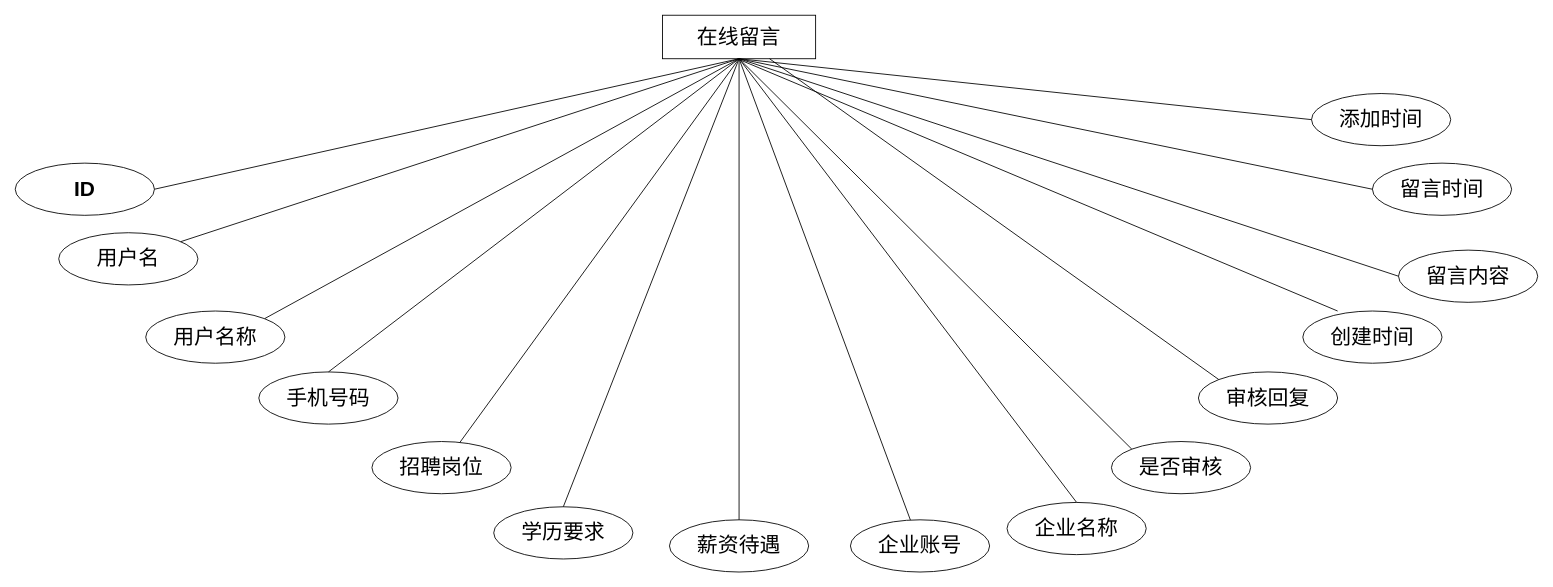
Above: page "第 12 页" (12 of 16) of 未命名绘图.drawio in sangqiwei/sangqiwei (draw.io), before the change. Source tidied: cells renumbered, new cells numbered last; positions are measured from the earlier drawing's top-left corner, leaving out a move shared by most shapes. Both pictures are drawn from the tidied source at 87%, with x=0, y=0 at pixel (15, 15).
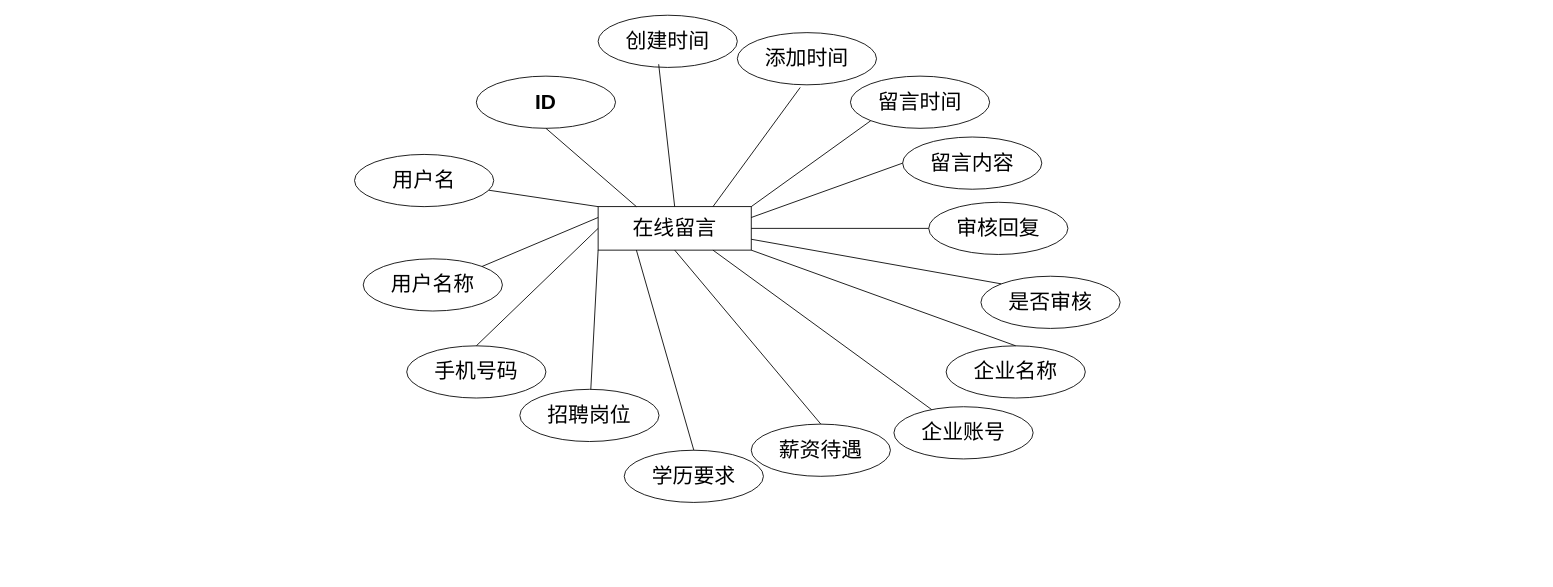
The same diagram, later.

Diff of the diagram source:
```diff
@@
     <mxCell id="2" value="&lt;span style=&quot;font-size: 24px;&quot;&gt;在线留言&lt;/span&gt;" style="whiteSpace=wrap;html=1;align=center;" parent="1" vertex="1">
-      <mxGeometry x="744" width="176" height="50" as="geometry" />
+      <mxGeometry x="670" y="220" width="176" height="50" as="geometry" />
     </mxCell>
     <mxCell id="3" value="&lt;font style=&quot;font-size: 24px;&quot;&gt;ID&lt;/font&gt;" style="ellipse;whiteSpace=wrap;html=1;align=center;fontStyle=1;" parent="1" vertex="1">
-      <mxGeometry y="170" width="160" height="60" as="geometry" />
+      <mxGeometry x="530" y="70" width="160" height="60" as="geometry" />
     </mxCell>
     <mxCell id="4" value="&lt;font style=&quot;font-size: 24px;&quot;&gt;用户名&lt;/font&gt;" style="ellipse;whiteSpace=wrap;html=1;align=center;" parent="1" vertex="1">
-      <mxGeometry x="50" y="250" width="160" height="60" as="geometry" />
+      <mxGeometry x="390" y="160" width="160" height="60" as="geometry" />
     </mxCell>
     <mxCell id="5" value="&lt;font style=&quot;font-size: 24px;&quot;&gt;手机号码&lt;/font&gt;" style="ellipse;whiteSpace=wrap;html=1;align=center;" parent="1" vertex="1">
-      <mxGeometry x="280" y="410" width="160" height="60" as="geometry" />
+      <mxGeometry x="450" y="380" width="160" height="60" as="geometry" />
     </mxCell>
     <mxCell id="6" value="&lt;font style=&quot;font-size: 24px;&quot;&gt;招聘岗位&lt;/font&gt;" style="ellipse;whiteSpace=wrap;html=1;align=center;" parent="1" vertex="1">
-      <mxGeometry x="410" y="490" width="160" height="60" as="geometry" />
+      <mxGeometry x="580" y="430" width="160" height="60" as="geometry" />
     </mxCell>
-    <mxCell id="7" style="endArrow=none;html=1;rounded=0;exitX=1;exitY=0.5;exitDx=0;exitDy=0;entryX=0.5;entryY=1;entryDx=0;entryDy=0;" parent="1" edge="1" source="3" target="2">
+    <mxCell id="7" style="endArrow=none;html=1;rounded=0;exitX=0.5;exitY=1;exitDx=0;exitDy=0;entryX=0.25;entryY=0;entryDx=0;entryDy=0;" parent="1" edge="1" source="3" target="2">
       <mxGeometry relative="1" as="geometry" />
     </mxCell>
-    <mxCell id="8" style="endArrow=none;html=1;rounded=0;entryX=0.5;entryY=1;entryDx=0;entryDy=0;" parent="1" edge="1" source="4" target="2">
+    <mxCell id="8" style="endArrow=none;html=1;rounded=0;entryX=0;entryY=0;entryDx=0;entryDy=0;" parent="1" edge="1" source="4" target="2">
       <mxGeometry relative="1" as="geometry" />
     </mxCell>
-    <mxCell id="9" style="endArrow=none;html=1;rounded=0;exitX=0.5;exitY=0;exitDx=0;exitDy=0;entryX=0.5;entryY=1;entryDx=0;entryDy=0;" parent="1" edge="1" source="5" target="2">
+    <mxCell id="9" style="endArrow=none;html=1;rounded=0;exitX=0.5;exitY=0;exitDx=0;exitDy=0;entryX=0;entryY=0.5;entryDx=0;entryDy=0;" parent="1" edge="1" source="5" target="2">
       <mxGeometry relative="1" as="geometry" />
     </mxCell>
-    <mxCell id="10" style="endArrow=none;html=1;rounded=0;entryX=0.5;entryY=1;entryDx=0;entryDy=0;" parent="1" edge="1" source="6" target="2">
+    <mxCell id="10" style="endArrow=none;html=1;rounded=0;entryX=0;entryY=1;entryDx=0;entryDy=0;" parent="1" edge="1" source="6" target="2">
       <mxGeometry relative="1" as="geometry" />
     </mxCell>
     <mxCell id="11" value="&lt;font style=&quot;font-size: 24px;&quot;&gt;添加时间&lt;/font&gt;" style="ellipse;whiteSpace=wrap;html=1;align=center;" parent="1" vertex="1">
-      <mxGeometry x="1490" y="90" width="160" height="60" as="geometry" />
+      <mxGeometry x="830" y="20" width="160" height="60" as="geometry" />
     </mxCell>
-    <mxCell id="12" style="endArrow=none;html=1;rounded=0;exitX=0;exitY=0.5;exitDx=0;exitDy=0;entryX=0.5;entryY=1;entryDx=0;entryDy=0;" parent="1" edge="1" source="11" target="2">
+    <mxCell id="12" style="endArrow=none;html=1;rounded=0;exitX=0.452;exitY=1.05;exitDx=0;exitDy=0;entryX=0.75;entryY=0;entryDx=0;entryDy=0;exitPerimeter=0;" parent="1" edge="1" source="11" target="2">
       <mxGeometry relative="1" as="geometry" />
     </mxCell>
     <mxCell id="13" value="&lt;span style=&quot;font-size: 24px;&quot;&gt;学历要求&lt;/span&gt;" style="ellipse;whiteSpace=wrap;html=1;align=center;" parent="1" vertex="1">
-      <mxGeometry x="550" y="565" width="160" height="60" as="geometry" />
+      <mxGeometry x="700" y="500" width="160" height="60" as="geometry" />
     </mxCell>
     <mxCell id="14" value="&lt;font style=&quot;font-size: 24px;&quot;&gt;用户名称&lt;/font&gt;" style="ellipse;whiteSpace=wrap;html=1;align=center;" parent="1" vertex="1">
-      <mxGeometry x="150" y="340" width="160" height="60" as="geometry" />
+      <mxGeometry x="400" y="280" width="160" height="60" as="geometry" />
     </mxCell>
-    <mxCell id="15" style="endArrow=none;html=1;rounded=0;exitX=1;exitY=0;exitDx=0;exitDy=0;entryX=0.5;entryY=1;entryDx=0;entryDy=0;" parent="1" edge="1" source="14" target="2">
+    <mxCell id="15" style="endArrow=none;html=1;rounded=0;exitX=1;exitY=0;exitDx=0;exitDy=0;entryX=0;entryY=0.25;entryDx=0;entryDy=0;" parent="1" edge="1" source="14" target="2">
       <mxGeometry relative="1" as="geometry" />
     </mxCell>
     <mxCell id="16" value="&lt;span style=&quot;font-size: 24px;&quot;&gt;薪资待遇&lt;/span&gt;" style="ellipse;whiteSpace=wrap;html=1;align=center;" parent="1" vertex="1">
-      <mxGeometry x="752" y="580" width="160" height="60" as="geometry" />
+      <mxGeometry x="846" y="470" width="160" height="60" as="geometry" />
     </mxCell>
     <mxCell id="17" value="&lt;span style=&quot;font-size: 24px;&quot;&gt;企业账号&lt;/span&gt;" style="ellipse;whiteSpace=wrap;html=1;align=center;" parent="1" vertex="1">
-      <mxGeometry x="960" y="580" width="160" height="60" as="geometry" />
+      <mxGeometry x="1010" y="450" width="160" height="60" as="geometry" />
     </mxCell>
     <mxCell id="18" value="&lt;span style=&quot;font-size: 24px;&quot;&gt;留言内容&lt;/span&gt;" style="ellipse;whiteSpace=wrap;html=1;align=center;" parent="1" vertex="1">
-      <mxGeometry x="1590" y="270" width="160" height="60" as="geometry" />
+      <mxGeometry x="1020" y="140" width="160" height="60" as="geometry" />
     </mxCell>
     <mxCell id="19" value="&lt;span style=&quot;font-size: 24px;&quot;&gt;留言时间&lt;/span&gt;" style="ellipse;whiteSpace=wrap;html=1;align=center;" parent="1" vertex="1">
-      <mxGeometry x="1560" y="170" width="160" height="60" as="geometry" />
+      <mxGeometry x="960" y="70" width="160" height="60" as="geometry" />
     </mxCell>
-    <mxCell id="20" style="endArrow=none;html=1;rounded=0;exitX=0;exitY=0.5;exitDx=0;exitDy=0;entryX=0.5;entryY=1;entryDx=0;entryDy=0;" parent="1" edge="1" source="19" target="2">
+    <mxCell id="20" style="endArrow=none;html=1;rounded=0;exitX=0;exitY=1;exitDx=0;exitDy=0;entryX=1;entryY=0;entryDx=0;entryDy=0;" parent="1" edge="1" source="19" target="2">
       <mxGeometry relative="1" as="geometry" />
     </mxCell>
-    <mxCell id="21" style="endArrow=none;html=1;rounded=0;exitX=0;exitY=0.5;exitDx=0;exitDy=0;entryX=0.5;entryY=1;entryDx=0;entryDy=0;" parent="1" edge="1" source="18" target="2">
+    <mxCell id="21" style="endArrow=none;html=1;rounded=0;exitX=0;exitY=0.5;exitDx=0;exitDy=0;entryX=1;entryY=0.25;entryDx=0;entryDy=0;" parent="1" edge="1" source="18" target="2">
       <mxGeometry relative="1" as="geometry" />
     </mxCell>
-    <mxCell id="22" style="endArrow=none;html=1;rounded=0;entryX=0.5;entryY=1;entryDx=0;entryDy=0;" parent="1" edge="1" source="17" target="2">
+    <mxCell id="22" style="endArrow=none;html=1;rounded=0;entryX=0.75;entryY=1;entryDx=0;entryDy=0;" parent="1" edge="1" source="17" target="2">
       <mxGeometry relative="1" as="geometry" />
     </mxCell>
@@
-    <mxCell id="24" style="endArrow=none;html=1;rounded=0;exitX=0.5;exitY=0;exitDx=0;exitDy=0;entryX=0.5;entryY=1;entryDx=0;entryDy=0;" parent="1" edge="1" source="13" target="2">
+    <mxCell id="24" style="endArrow=none;html=1;rounded=0;exitX=0.5;exitY=0;exitDx=0;exitDy=0;entryX=0.25;entryY=1;entryDx=0;entryDy=0;" parent="1" edge="1" source="13" target="2">
       <mxGeometry relative="1" as="geometry" />
     </mxCell>
     <mxCell id="25" value="&lt;span style=&quot;font-size: 24px;&quot;&gt;是否审核&lt;/span&gt;" style="ellipse;whiteSpace=wrap;html=1;align=center;" parent="1" vertex="1">
-      <mxGeometry x="1260" y="490" width="160" height="60" as="geometry" />
+      <mxGeometry x="1110" y="300" width="160" height="60" as="geometry" />
     </mxCell>
     <mxCell id="26" value="&lt;span style=&quot;font-size: 24px;&quot;&gt;审核回复&lt;/span&gt;" style="ellipse;whiteSpace=wrap;html=1;align=center;" parent="1" vertex="1">
-      <mxGeometry x="1360" y="410" width="160" height="60" as="geometry" />
+      <mxGeometry x="1050" y="215" width="160" height="60" as="geometry" />
     </mxCell>
     <mxCell id="27" value="&lt;span style=&quot;font-size: 24px;&quot;&gt;创建时间&lt;/span&gt;" style="ellipse;whiteSpace=wrap;html=1;align=center;" parent="1" vertex="1">
-      <mxGeometry x="1480" y="340" width="160" height="60" as="geometry" />
+      <mxGeometry x="670" width="160" height="60" as="geometry" />
     </mxCell>
-    <mxCell id="28" style="endArrow=none;html=1;rounded=0;exitX=0.25;exitY=0;exitDx=0;exitDy=0;exitPerimeter=0;" parent="1" edge="1" source="27">
-      <mxGeometry relative="1" as="geometry">
-        <mxPoint x="830" y="50" as="targetPoint" />
-      </mxGeometry>
+    <mxCell id="28" style="endArrow=none;html=1;rounded=0;exitX=0.435;exitY=0.939;exitDx=0;exitDy=0;exitPerimeter=0;entryX=0.5;entryY=0;entryDx=0;entryDy=0;" parent="1" edge="1" source="27" target="2">
+      <mxGeometry relative="1" as="geometry" />
     </mxCell>
-    <mxCell id="29" style="endArrow=none;html=1;rounded=0;exitX=0;exitY=0;exitDx=0;exitDy=0;" parent="1" edge="1" source="26" target="2">
+    <mxCell id="29" style="endArrow=none;html=1;rounded=0;exitX=0;exitY=0.5;exitDx=0;exitDy=0;entryX=1;entryY=0.5;entryDx=0;entryDy=0;" parent="1" edge="1" source="26" target="2">
       <mxGeometry relative="1" as="geometry" />
     </mxCell>
-    <mxCell id="30" style="endArrow=none;html=1;rounded=0;exitX=0;exitY=0;exitDx=0;exitDy=0;entryX=0.5;entryY=1;entryDx=0;entryDy=0;" parent="1" edge="1" source="25" target="2">
+    <mxCell id="30" style="endArrow=none;html=1;rounded=0;exitX=0;exitY=0;exitDx=0;exitDy=0;entryX=1;entryY=0.75;entryDx=0;entryDy=0;" parent="1" edge="1" source="25" target="2">
       <mxGeometry relative="1" as="geometry" />
     </mxCell>
     <mxCell id="31" value="&lt;span style=&quot;font-size: 24px;&quot;&gt;企业名称&lt;/span&gt;" style="ellipse;whiteSpace=wrap;html=1;align=center;" parent="1" vertex="1">
-      <mxGeometry x="1140" y="560" width="160" height="60" as="geometry" />
+      <mxGeometry x="1070" y="380" width="160" height="60" as="geometry" />
     </mxCell>
-    <mxCell id="32" style="endArrow=none;html=1;rounded=0;entryX=0.5;entryY=1;entryDx=0;entryDy=0;exitX=0.5;exitY=0;exitDx=0;exitDy=0;" parent="1" edge="1" source="31" target="2">
+    <mxCell id="32" style="endArrow=none;html=1;rounded=0;entryX=1;entryY=1;entryDx=0;entryDy=0;exitX=0.5;exitY=0;exitDx=0;exitDy=0;" parent="1" edge="1" source="31" target="2">
       <mxGeometry relative="1" as="geometry" />
     </mxCell>
+    <mxCell id="33" style="edgeStyle=orthogonalEdgeStyle;rounded=0;orthogonalLoop=1;jettySize=auto;html=1;exitX=0.5;exitY=1;exitDx=0;exitDy=0;" parent="1" edge="1" source="17" target="17">
+      <mxGeometry relative="1" as="geometry" />
+    </mxCell>
```
